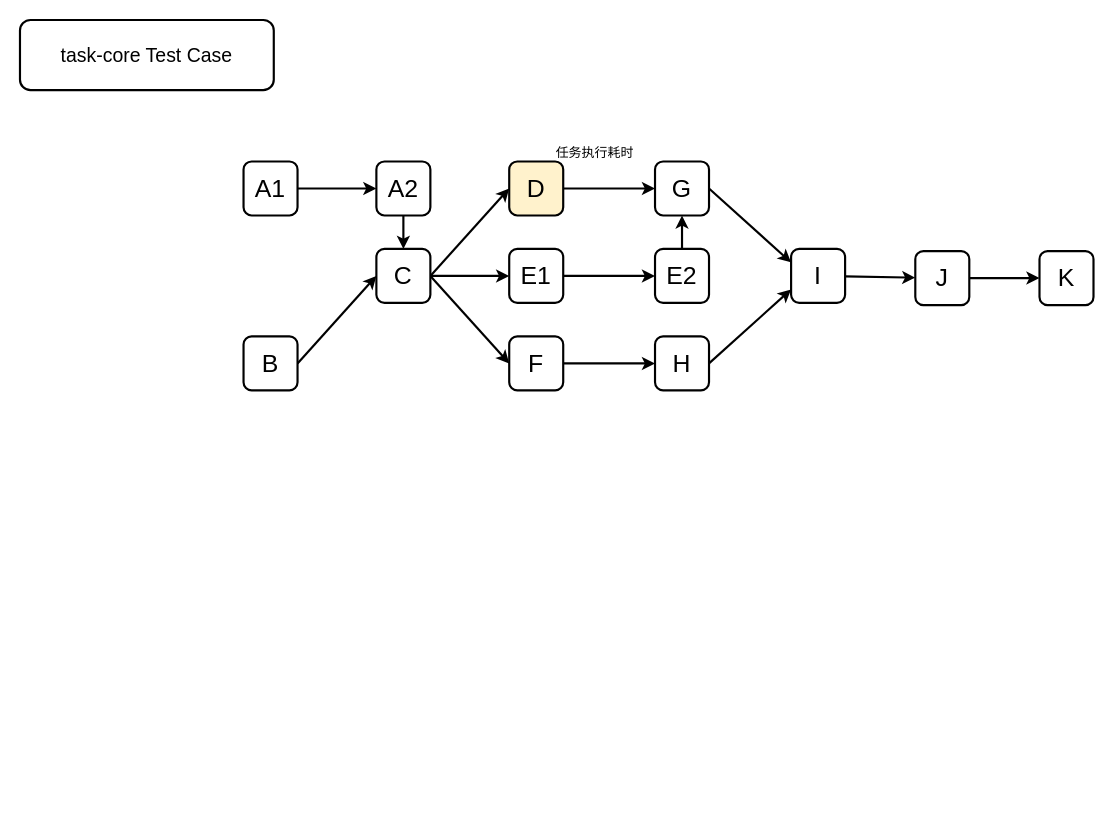
Earlier version of the draw.io diagram page "Task Test DAG" (3 of 4) of data-hamal.drawio (wojiaojsjzs/data-hamal). Source tidied: cells renumbered, new cells numbered last; positions are measured from the earlier drawing's top-left corner, leaving out a move shared by most shapes. Both pictures are drawn from the tidied source at 108%, with x=0, y=0 at pixel (19, 19).
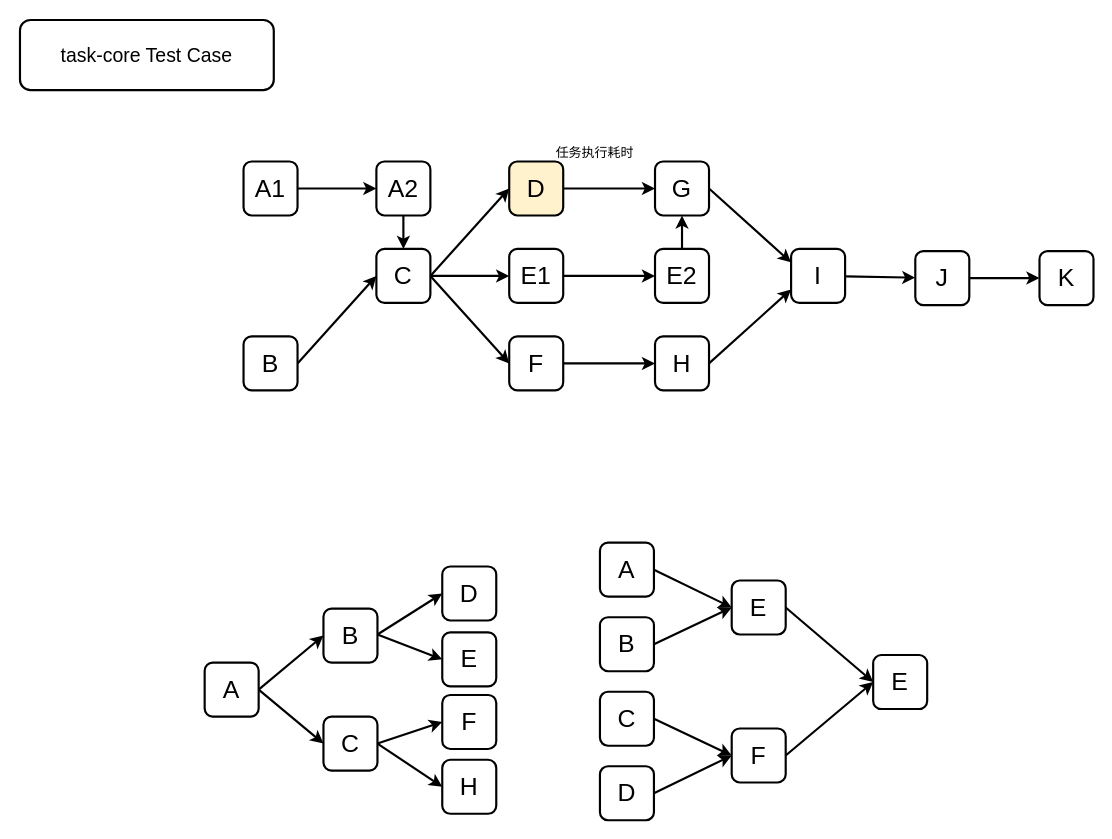
After the change.

What changed in the source:
```diff
@@
+    <mxCell id="31" value="A" style="whiteSpace=wrap;html=1;strokeColor=default;strokeWidth=2;fontSize=23;rounded=1;" parent="1" vertex="1">
+      <mxGeometry x="171" y="595" width="50" height="50" as="geometry" />
+    </mxCell>
+    <mxCell id="32" value="B" style="whiteSpace=wrap;html=1;strokeColor=default;strokeWidth=2;fontSize=23;rounded=1;" parent="1" vertex="1">
+      <mxGeometry x="281" y="545" width="50" height="50" as="geometry" />
+    </mxCell>
+    <mxCell id="33" value="C" style="whiteSpace=wrap;html=1;strokeColor=default;strokeWidth=2;fontSize=23;rounded=1;" parent="1" vertex="1">
+      <mxGeometry x="281" y="645" width="50" height="50" as="geometry" />
+    </mxCell>
+    <mxCell id="34" style="edgeStyle=none;jettySize=auto;html=1;exitX=1;exitY=0.5;exitDx=0;exitDy=0;entryX=0;entryY=0.5;entryDx=0;entryDy=0;strokeWidth=2;rounded=1;" parent="1" edge="1" source="31" target="32">
+      <mxGeometry relative="1" as="geometry" />
+    </mxCell>
+    <mxCell id="35" style="edgeStyle=none;jettySize=auto;html=1;exitX=1;exitY=0.5;exitDx=0;exitDy=0;entryX=0;entryY=0.5;entryDx=0;entryDy=0;strokeWidth=2;rounded=1;" parent="1" edge="1" source="31" target="33">
+      <mxGeometry relative="1" as="geometry" />
+    </mxCell>
+    <mxCell id="36" value="F" style="whiteSpace=wrap;html=1;strokeColor=default;strokeWidth=2;fontSize=23;rounded=1;" parent="1" vertex="1">
+      <mxGeometry x="391" y="625" width="50" height="50" as="geometry" />
+    </mxCell>
+    <mxCell id="37" style="edgeStyle=none;jettySize=auto;html=1;exitX=1;exitY=0.5;exitDx=0;exitDy=0;entryX=0;entryY=0.5;entryDx=0;entryDy=0;strokeWidth=2;rounded=1;" parent="1" edge="1" source="33" target="36">
+      <mxGeometry relative="1" as="geometry" />
+    </mxCell>
+    <mxCell id="38" value="H" style="whiteSpace=wrap;html=1;strokeColor=default;strokeWidth=2;fontSize=23;rounded=1;" parent="1" vertex="1">
+      <mxGeometry x="391" y="685" width="50" height="50" as="geometry" />
+    </mxCell>
+    <mxCell id="39" style="edgeStyle=none;jettySize=auto;html=1;exitX=1;exitY=0.5;exitDx=0;exitDy=0;entryX=0;entryY=0.5;entryDx=0;entryDy=0;strokeWidth=2;rounded=1;" parent="1" edge="1" source="33" target="38">
+      <mxGeometry relative="1" as="geometry" />
+    </mxCell>
+    <mxCell id="40" value="B" style="whiteSpace=wrap;html=1;strokeColor=default;strokeWidth=2;fontSize=23;rounded=1;" parent="1" vertex="1">
+      <mxGeometry x="537" y="553" width="50" height="50" as="geometry" />
+    </mxCell>
+    <mxCell id="41" value="A" style="whiteSpace=wrap;html=1;strokeColor=default;strokeWidth=2;fontSize=23;rounded=1;" parent="1" vertex="1">
+      <mxGeometry x="537" y="484" width="50" height="50" as="geometry" />
+    </mxCell>
+    <mxCell id="42" value="C" style="whiteSpace=wrap;html=1;strokeColor=default;strokeWidth=2;fontSize=23;rounded=1;" parent="1" vertex="1">
+      <mxGeometry x="537" y="622" width="50" height="50" as="geometry" />
+    </mxCell>
+    <mxCell id="43" value="D" style="whiteSpace=wrap;html=1;strokeColor=default;strokeWidth=2;fontSize=23;rounded=1;" parent="1" vertex="1">
+      <mxGeometry x="537" y="691" width="50" height="50" as="geometry" />
+    </mxCell>
+    <mxCell id="44" value="E" style="whiteSpace=wrap;html=1;strokeColor=default;strokeWidth=2;fontSize=23;rounded=1;" parent="1" vertex="1">
+      <mxGeometry x="659" y="519" width="50" height="50" as="geometry" />
+    </mxCell>
+    <mxCell id="45" value="F" style="whiteSpace=wrap;html=1;strokeColor=default;strokeWidth=2;fontSize=23;rounded=1;" parent="1" vertex="1">
+      <mxGeometry x="659" y="656" width="50" height="50" as="geometry" />
+    </mxCell>
+    <mxCell id="46" style="edgeStyle=none;jettySize=auto;html=1;exitX=1;exitY=0.5;exitDx=0;exitDy=0;entryX=0;entryY=0.5;entryDx=0;entryDy=0;strokeWidth=2;rounded=1;" parent="1" edge="1" source="41" target="44">
+      <mxGeometry relative="1" as="geometry" />
+    </mxCell>
+    <mxCell id="47" style="edgeStyle=none;jettySize=auto;html=1;exitX=1;exitY=0.5;exitDx=0;exitDy=0;entryX=0;entryY=0.5;entryDx=0;entryDy=0;strokeWidth=2;rounded=1;" parent="1" edge="1" source="40" target="44">
+      <mxGeometry relative="1" as="geometry" />
+    </mxCell>
+    <mxCell id="48" style="edgeStyle=none;jettySize=auto;html=1;exitX=1;exitY=0.5;exitDx=0;exitDy=0;entryX=0;entryY=0.5;entryDx=0;entryDy=0;strokeWidth=2;rounded=1;" parent="1" edge="1" source="42">
+      <mxGeometry relative="1" as="geometry">
+        <mxPoint x="659" y="681" as="targetPoint" />
+      </mxGeometry>
+    </mxCell>
+    <mxCell id="49" style="edgeStyle=none;jettySize=auto;html=1;exitX=1;exitY=0.5;exitDx=0;exitDy=0;entryX=0;entryY=0.5;entryDx=0;entryDy=0;strokeWidth=2;rounded=1;" parent="1" edge="1" source="43" target="45">
+      <mxGeometry relative="1" as="geometry" />
+    </mxCell>
+    <mxCell id="50" value="E" style="whiteSpace=wrap;html=1;strokeColor=default;strokeWidth=2;fontSize=23;rounded=1;" parent="1" vertex="1">
+      <mxGeometry x="790" y="588" width="50" height="50" as="geometry" />
+    </mxCell>
+    <mxCell id="51" style="edgeStyle=none;jettySize=auto;html=1;exitX=1;exitY=0.5;exitDx=0;exitDy=0;entryX=0;entryY=0.5;entryDx=0;entryDy=0;strokeWidth=2;rounded=1;" parent="1" edge="1" source="45" target="50">
+      <mxGeometry relative="1" as="geometry" />
+    </mxCell>
+    <mxCell id="52" style="edgeStyle=none;jettySize=auto;html=1;exitX=1;exitY=0.5;exitDx=0;exitDy=0;entryX=0;entryY=0.5;entryDx=0;entryDy=0;strokeWidth=2;rounded=1;" parent="1" edge="1" source="44" target="50">
+      <mxGeometry relative="1" as="geometry" />
+    </mxCell>
+    <mxCell id="53" value="D" style="whiteSpace=wrap;html=1;strokeColor=default;strokeWidth=2;fontSize=23;rounded=1;" parent="1" vertex="1">
+      <mxGeometry x="391" y="506" width="50" height="50" as="geometry" />
+    </mxCell>
+    <mxCell id="54" style="edgeStyle=none;jettySize=auto;html=1;exitX=1;exitY=0.5;exitDx=0;exitDy=0;entryX=0;entryY=0.5;entryDx=0;entryDy=0;strokeWidth=2;rounded=1;" parent="1" edge="1" target="53">
+      <mxGeometry relative="1" as="geometry">
+        <mxPoint x="331" y="569" as="sourcePoint" />
+      </mxGeometry>
+    </mxCell>
+    <mxCell id="55" value="E" style="whiteSpace=wrap;html=1;strokeColor=default;strokeWidth=2;fontSize=23;rounded=1;" parent="1" vertex="1">
+      <mxGeometry x="391" y="567" width="50" height="50" as="geometry" />
+    </mxCell>
+    <mxCell id="56" style="edgeStyle=none;jettySize=auto;html=1;exitX=1;exitY=0.5;exitDx=0;exitDy=0;entryX=0;entryY=0.5;entryDx=0;entryDy=0;strokeWidth=2;rounded=1;" parent="1" edge="1" target="55">
+      <mxGeometry relative="1" as="geometry">
+        <mxPoint x="331" y="569" as="sourcePoint" />
+      </mxGeometry>
+    </mxCell>
```
